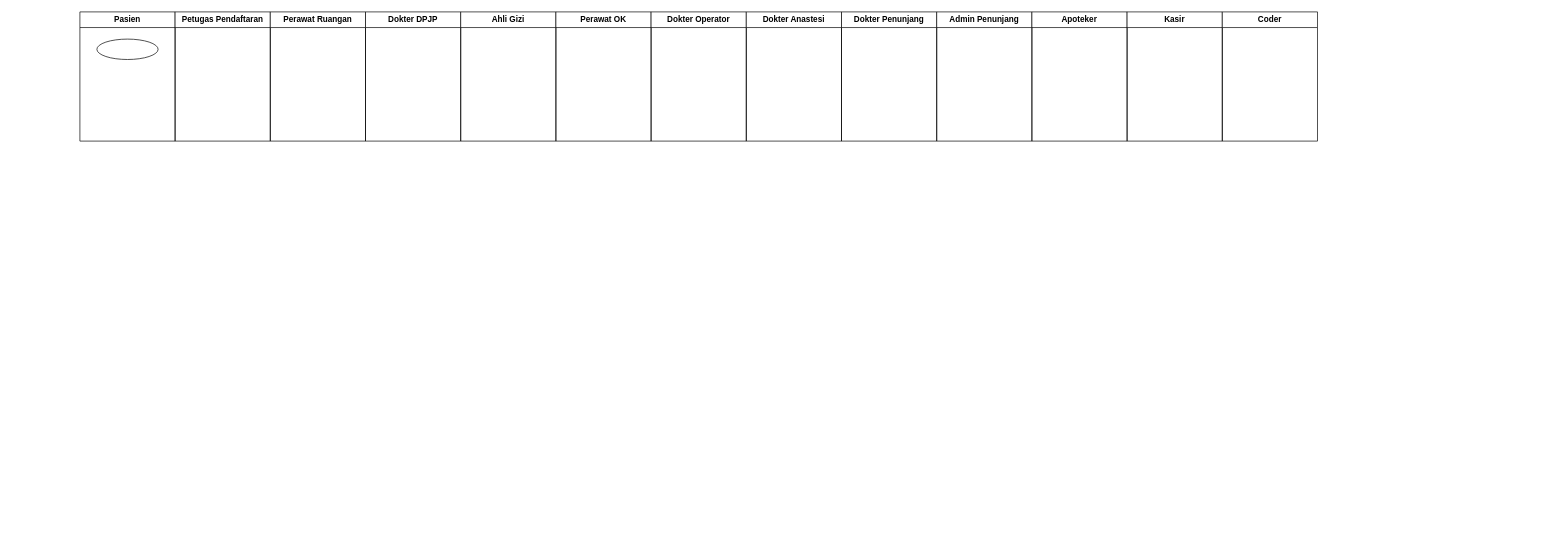
The draw.io diagram page "Flowchard" (2 of 2) of Untitled Diagram.drawio in ridho-darmawan/srs, before the edit. Source tidied: cells renumbered, new cells numbered last; positions are measured from the earlier drawing's top-left corner, leaving out a move shared by most shapes. Both pictures are drawn from the tidied source at 68%, with x=0, y=0 at pixel (80, 12).
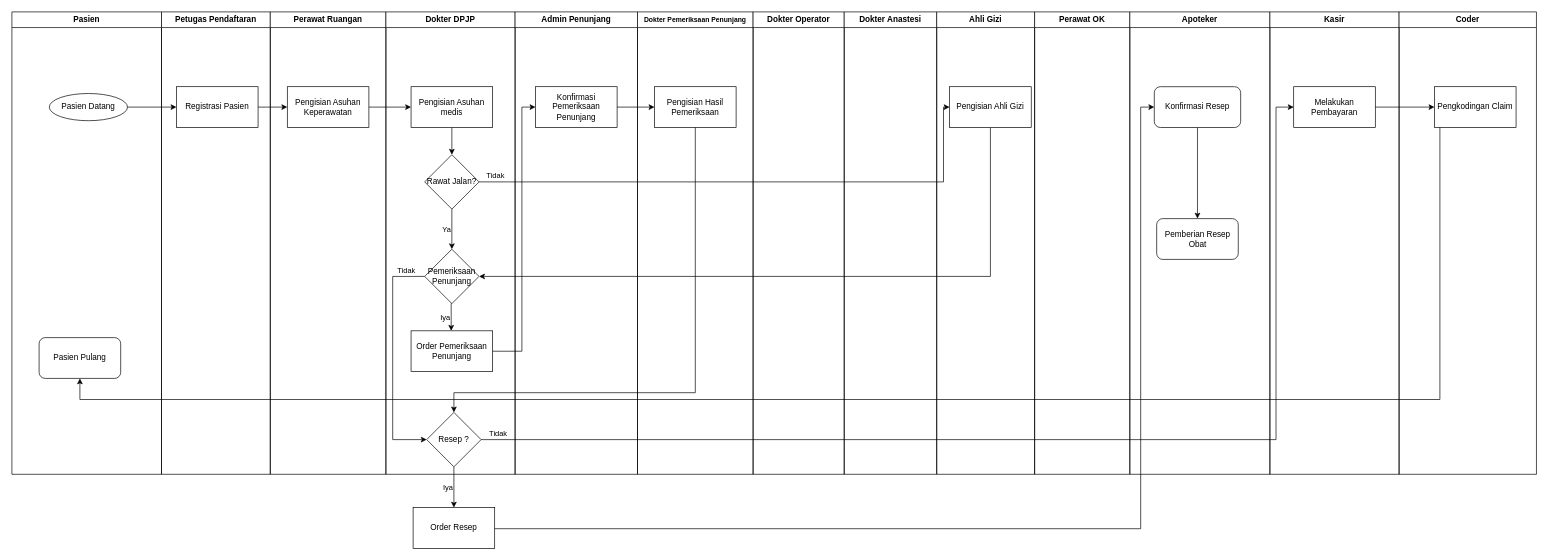
After the change.

Diff of the diagram source:
```diff
@@
     <mxCell id="2" value="Pasien" style="swimlane;whiteSpace=wrap;html=1;" parent="1" vertex="1">
-      <mxGeometry width="140" height="190" as="geometry" />
+      <mxGeometry x="-100" width="220" height="680" as="geometry" />
     </mxCell>
-    <mxCell id="3" style="ellipse;whiteSpace=wrap;html=1;" parent="2" vertex="1">
-      <mxGeometry x="25" y="40" width="90" height="30" as="geometry" />
+    <mxCell id="3" value="Pasien Datang" style="ellipse;whiteSpace=wrap;html=1;" parent="2" vertex="1">
+      <mxGeometry x="55" y="120" width="115" height="40" as="geometry" />
     </mxCell>
+    <mxCell id="16" value="Pasien Pulang" style="rounded=1;whiteSpace=wrap;html=1;" parent="2" vertex="1">
+      <mxGeometry x="40" y="479" width="120" height="60" as="geometry" />
+    </mxCell>
     <mxCell id="4" value="Petugas Pendaftaran" style="swimlane;whiteSpace=wrap;html=1;" parent="1" vertex="1">
-      <mxGeometry x="140" width="140" height="190" as="geometry" />
+      <mxGeometry x="120" width="160" height="680" as="geometry" />
     </mxCell>
+    <mxCell id="17" value="Registrasi Pasien" style="whiteSpace=wrap;html=1;" parent="4" vertex="1">
+      <mxGeometry x="22" y="110" width="120" height="60" as="geometry" />
+    </mxCell>
     <mxCell id="5" value="Perawat Ruangan" style="swimlane;whiteSpace=wrap;html=1;" parent="1" vertex="1">
-      <mxGeometry x="280" width="140" height="190" as="geometry" />
+      <mxGeometry x="280" width="170" height="680" as="geometry" />
     </mxCell>
+    <mxCell id="18" value="Pengisian Asuhan Keperawatan" style="whiteSpace=wrap;html=1;" parent="5" vertex="1">
+      <mxGeometry x="25" y="110" width="120" height="60" as="geometry" />
+    </mxCell>
     <mxCell id="6" value="Dokter DPJP" style="swimlane;whiteSpace=wrap;html=1;" parent="1" vertex="1">
-      <mxGeometry x="420" width="140" height="190" as="geometry" />
+      <mxGeometry x="450" width="190" height="680" as="geometry" />
     </mxCell>
+    <mxCell id="19" style="edgeStyle=orthogonalEdgeStyle;rounded=0;jettySize=auto;html=1;" parent="6" edge="1" source="20" target="29">
+      <mxGeometry relative="1" as="geometry" />
+    </mxCell>
+    <mxCell id="20" value="Pengisian Asuhan medis" style="whiteSpace=wrap;html=1;" parent="6" vertex="1">
+      <mxGeometry x="37" y="110" width="120" height="60" as="geometry" />
+    </mxCell>
+    <mxCell id="21" value="Iya" style="edgeStyle=orthogonalEdgeStyle;rounded=0;jettySize=auto;html=1;labelPosition=left;verticalLabelPosition=middle;align=right;verticalAlign=middle;exitX=0.5;exitY=1;exitDx=0;exitDy=0;" parent="6" edge="1" source="23">
+      <mxGeometry relative="1" as="geometry">
+        <mxPoint x="96" y="469" as="targetPoint" />
+        <Array as="points">
+          <mxPoint x="96" y="429" />
+        </Array>
+      </mxGeometry>
+    </mxCell>
+    <mxCell id="22" value="Tidak" style="edgeStyle=orthogonalEdgeStyle;rounded=0;jettySize=auto;html=1;exitX=0;exitY=0.5;exitDx=0;exitDy=0;entryX=0;entryY=0.5;entryDx=0;entryDy=0;labelPosition=center;verticalLabelPosition=top;align=center;verticalAlign=bottom;" parent="6" edge="1" source="23" target="26">
+      <mxGeometry x="-0.84" y="1" relative="1" as="geometry">
+        <Array as="points">
+          <mxPoint x="10" y="389" />
+          <mxPoint x="10" y="629" />
+        </Array>
+      </mxGeometry>
+    </mxCell>
+    <mxCell id="23" value="Pemeriksaan Penunjang" style="rhombus;whiteSpace=wrap;html=1;" parent="6" vertex="1">
+      <mxGeometry x="57" y="349" width="80" height="80" as="geometry" />
+    </mxCell>
+    <mxCell id="24" value="Order Pemeriksaan Penunjang" style="whiteSpace=wrap;html=1;" parent="6" vertex="1">
+      <mxGeometry x="37" y="469" width="120" height="60" as="geometry" />
+    </mxCell>
+    <mxCell id="25" value="Iya" style="edgeStyle=orthogonalEdgeStyle;rounded=0;jettySize=auto;html=1;exitX=0.5;exitY=1;exitDx=0;exitDy=0;labelPosition=left;verticalLabelPosition=middle;align=right;verticalAlign=middle;" parent="6" edge="1" source="26" target="27">
+      <mxGeometry relative="1" as="geometry" />
+    </mxCell>
+    <mxCell id="26" value="Resep ?" style="rhombus;whiteSpace=wrap;html=1;" parent="6" vertex="1">
+      <mxGeometry x="60" y="589" width="80" height="80" as="geometry" />
+    </mxCell>
+    <mxCell id="27" value="Order Resep" style="whiteSpace=wrap;html=1;" parent="6" vertex="1">
+      <mxGeometry x="40" y="729" width="120" height="60" as="geometry" />
+    </mxCell>
+    <mxCell id="28" value="Ya" style="edgeStyle=orthogonalEdgeStyle;rounded=0;jettySize=auto;html=1;exitX=0.5;exitY=1;exitDx=0;exitDy=0;entryX=0.5;entryY=0;entryDx=0;entryDy=0;labelPosition=left;verticalLabelPosition=middle;align=right;verticalAlign=middle;" parent="6" edge="1" source="29" target="23">
+      <mxGeometry relative="1" as="geometry" />
+    </mxCell>
+    <mxCell id="29" value="Rawat Jalan?" style="rhombus;whiteSpace=wrap;html=1;" parent="6" vertex="1">
+      <mxGeometry x="57" y="210" width="80" height="80" as="geometry" />
+    </mxCell>
-    <mxCell id="7" value="Ahli Gizi" style="swimlane;whiteSpace=wrap;html=1;" parent="1" vertex="1">
-      <mxGeometry x="560" width="140" height="190" as="geometry" />
+    <mxCell id="7" value="Admin Penunjang" style="swimlane;whiteSpace=wrap;html=1;" parent="1" vertex="1">
+      <mxGeometry x="640" width="180" height="680" as="geometry" />
     </mxCell>
+    <mxCell id="30" value="Konfirmasi Pemeriksaan Penunjang" style="whiteSpace=wrap;html=1;" parent="7" vertex="1">
+      <mxGeometry x="30" y="110" width="120" height="60" as="geometry" />
+    </mxCell>
-    <mxCell id="8" value="Perawat OK" style="swimlane;whiteSpace=wrap;html=1;" parent="1" vertex="1">
-      <mxGeometry x="700" width="140" height="190" as="geometry" />
+    <mxCell id="8" value="Dokter Pemeriksaan Penunjang" style="swimlane;whiteSpace=wrap;html=1;fontSize=10;" parent="1" vertex="1">
+      <mxGeometry x="820" width="170" height="680" as="geometry" />
     </mxCell>
+    <mxCell id="31" value="Pengisian Hasil Pemeriksaan" style="whiteSpace=wrap;html=1;" parent="8" vertex="1">
+      <mxGeometry x="25" y="110" width="120" height="60" as="geometry" />
+    </mxCell>
     <mxCell id="9" value="Dokter Operator" style="swimlane;whiteSpace=wrap;html=1;" parent="1" vertex="1">
-      <mxGeometry x="840" width="140" height="190" as="geometry" />
+      <mxGeometry x="990" width="134" height="680" as="geometry" />
     </mxCell>
     <mxCell id="10" value="Dokter Anastesi" style="swimlane;whiteSpace=wrap;html=1;" parent="1" vertex="1">
-      <mxGeometry x="980" width="140" height="190" as="geometry" />
+      <mxGeometry x="1124" width="136" height="680" as="geometry" />
     </mxCell>
-    <mxCell id="11" value="Dokter Penunjang" style="swimlane;whiteSpace=wrap;html=1;" parent="1" vertex="1">
-      <mxGeometry x="1120" width="140" height="190" as="geometry" />
+    <mxCell id="11" value="Ahli Gizi" style="swimlane;whiteSpace=wrap;html=1;startSize=23;" parent="1" vertex="1">
+      <mxGeometry x="1260" width="144" height="680" as="geometry" />
     </mxCell>
-    <mxCell id="12" value="Admin Penunjang" style="swimlane;whiteSpace=wrap;html=1;" parent="1" vertex="1">
-      <mxGeometry x="1260" width="140" height="190" as="geometry" />
+    <mxCell id="12" value="Perawat OK" style="swimlane;whiteSpace=wrap;html=1;" parent="1" vertex="1">
+      <mxGeometry x="1404" width="140" height="680" as="geometry" />
     </mxCell>
     <mxCell id="13" value="Apoteker" style="swimlane;whiteSpace=wrap;html=1;" parent="1" vertex="1">
-      <mxGeometry x="1400" width="140" height="190" as="geometry" />
+      <mxGeometry x="1544" width="206" height="680" as="geometry" />
     </mxCell>
+    <mxCell id="32" style="edgeStyle=orthogonalEdgeStyle;rounded=0;jettySize=auto;html=1;" parent="13" edge="1" source="33" target="34">
+      <mxGeometry relative="1" as="geometry" />
+    </mxCell>
+    <mxCell id="33" value="Konfirmasi Resep" style="rounded=1;whiteSpace=wrap;html=1;" parent="13" vertex="1">
+      <mxGeometry x="36" y="110" width="127" height="60" as="geometry" />
+    </mxCell>
+    <mxCell id="34" value="Pemberian Resep Obat" style="whiteSpace=wrap;html=1;rounded=1;" parent="13" vertex="1">
+      <mxGeometry x="39.5" y="304" width="120" height="60" as="geometry" />
+    </mxCell>
     <mxCell id="14" value="Kasir" style="swimlane;whiteSpace=wrap;html=1;" parent="1" vertex="1">
-      <mxGeometry x="1540" width="140" height="190" as="geometry" />
+      <mxGeometry x="1750" width="190" height="680" as="geometry" />
     </mxCell>
+    <mxCell id="35" value="Melakukan Pembayaran" style="whiteSpace=wrap;html=1;" parent="14" vertex="1">
+      <mxGeometry x="35" y="110" width="120" height="60" as="geometry" />
+    </mxCell>
     <mxCell id="15" value="Coder" style="swimlane;whiteSpace=wrap;html=1;" parent="1" vertex="1">
-      <mxGeometry x="1680" width="140" height="190" as="geometry" />
+      <mxGeometry x="1940" width="202" height="680" as="geometry" />
     </mxCell>
+    <mxCell id="36" value="Pengkodingan Claim" style="whiteSpace=wrap;html=1;" parent="15" vertex="1">
+      <mxGeometry x="52" y="110" width="120" height="60" as="geometry" />
+    </mxCell>
+    <mxCell id="37" style="edgeStyle=orthogonalEdgeStyle;rounded=0;jettySize=auto;html=1;" parent="1" edge="1" source="17" target="18">
+      <mxGeometry relative="1" as="geometry" />
+    </mxCell>
+    <mxCell id="38" style="edgeStyle=orthogonalEdgeStyle;rounded=0;jettySize=auto;html=1;" parent="1" edge="1" source="18" target="20">
+      <mxGeometry relative="1" as="geometry" />
+    </mxCell>
+    <mxCell id="39" style="edgeStyle=orthogonalEdgeStyle;rounded=0;jettySize=auto;html=1;" parent="1" edge="1" source="30" target="31">
+      <mxGeometry relative="1" as="geometry" />
+    </mxCell>
+    <mxCell id="40" style="edgeStyle=orthogonalEdgeStyle;rounded=0;jettySize=auto;html=1;" parent="1" edge="1" source="31" target="26">
+      <mxGeometry relative="1" as="geometry">
+        <Array as="points">
+          <mxPoint x="905" y="560" />
+          <mxPoint x="550" y="560" />
+        </Array>
+      </mxGeometry>
+    </mxCell>
+    <mxCell id="41" style="edgeStyle=orthogonalEdgeStyle;rounded=0;jettySize=auto;html=1;" parent="1" edge="1" source="27" target="33">
+      <mxGeometry relative="1" as="geometry">
+        <Array as="points">
+          <mxPoint x="1560" y="760" />
+          <mxPoint x="1560" y="140" />
+        </Array>
+      </mxGeometry>
+    </mxCell>
+    <mxCell id="42" style="edgeStyle=orthogonalEdgeStyle;rounded=0;jettySize=auto;html=1;" parent="1" edge="1" source="3" target="17">
+      <mxGeometry relative="1" as="geometry" />
+    </mxCell>
+    <mxCell id="43" style="edgeStyle=orthogonalEdgeStyle;rounded=0;jettySize=auto;html=1;" parent="1" edge="1" source="35" target="36">
+      <mxGeometry relative="1" as="geometry" />
+    </mxCell>
+    <mxCell id="44" style="edgeStyle=orthogonalEdgeStyle;rounded=0;jettySize=auto;html=1;" parent="1" edge="1" source="36" target="16">
+      <mxGeometry relative="1" as="geometry">
+        <Array as="points">
+          <mxPoint x="2000" y="570" />
+          <mxPoint y="570" />
+        </Array>
+      </mxGeometry>
+    </mxCell>
+    <mxCell id="45" value="Tidak" style="edgeStyle=orthogonalEdgeStyle;rounded=0;jettySize=auto;html=1;exitX=1;exitY=0.5;exitDx=0;exitDy=0;entryX=0;entryY=0.5;entryDx=0;entryDy=0;labelPosition=center;verticalLabelPosition=top;align=center;verticalAlign=bottom;" parent="1" edge="1" source="26" target="35">
+      <mxGeometry x="-0.97" relative="1" as="geometry">
+        <Array as="points">
+          <mxPoint x="1759" y="629" />
+          <mxPoint x="1759" y="140" />
+        </Array>
+      </mxGeometry>
+    </mxCell>
+    <mxCell id="46" style="edgeStyle=orthogonalEdgeStyle;rounded=0;jettySize=auto;html=1;exitX=1;exitY=0.5;exitDx=0;exitDy=0;entryX=0;entryY=0.5;entryDx=0;entryDy=0;" parent="1" edge="1" source="24" target="30">
+      <mxGeometry relative="1" as="geometry">
+        <Array as="points">
+          <mxPoint x="650" y="499" />
+          <mxPoint x="650" y="140" />
+        </Array>
+      </mxGeometry>
+    </mxCell>
+    <mxCell id="47" value="Tidak" style="edgeStyle=orthogonalEdgeStyle;rounded=0;jettySize=auto;html=1;labelPosition=center;verticalLabelPosition=top;align=center;verticalAlign=bottom;" parent="1" edge="1" source="29" target="49">
+      <mxGeometry x="-0.94" relative="1" as="geometry">
+        <Array as="points">
+          <mxPoint x="1270" y="250" />
+          <mxPoint x="1270" y="140" />
+        </Array>
+      </mxGeometry>
+    </mxCell>
+    <mxCell id="48" style="edgeStyle=orthogonalEdgeStyle;rounded=0;jettySize=auto;html=1;exitX=0.5;exitY=1;exitDx=0;exitDy=0;entryX=1;entryY=0.5;entryDx=0;entryDy=0;" parent="1" edge="1" source="49" target="23">
+      <mxGeometry relative="1" as="geometry" />
+    </mxCell>
+    <mxCell id="49" value="Pengisian Ahli Gizi" style="whiteSpace=wrap;html=1;" parent="1" vertex="1">
+      <mxGeometry x="1279" y="110" width="120" height="60" as="geometry" />
+    </mxCell>
```
